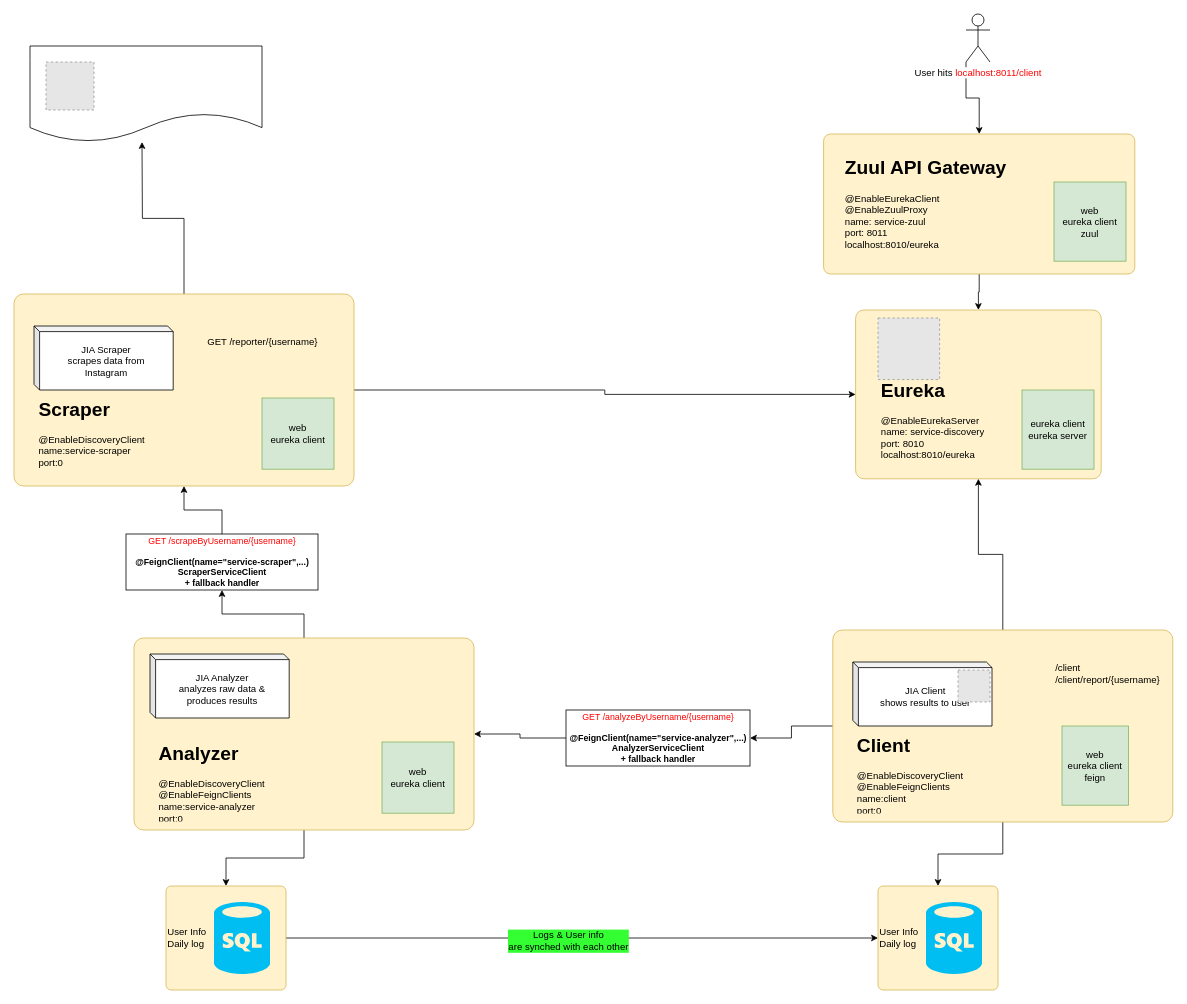
Earlier version of the draw.io diagram assets/Application Structure.drawio (jalizadeh/Instagram-Analyzer). Source tidied: cells renumbered, new cells numbered last; positions are measured from the earlier drawing's top-left corner, leaving out a move shared by most shapes. Both pictures are drawn from the tidied source at 80%, with x=0, y=0 at pixel (14, 14). Pictures stored in the file or linked from it are replaced by grey dashed boxes.
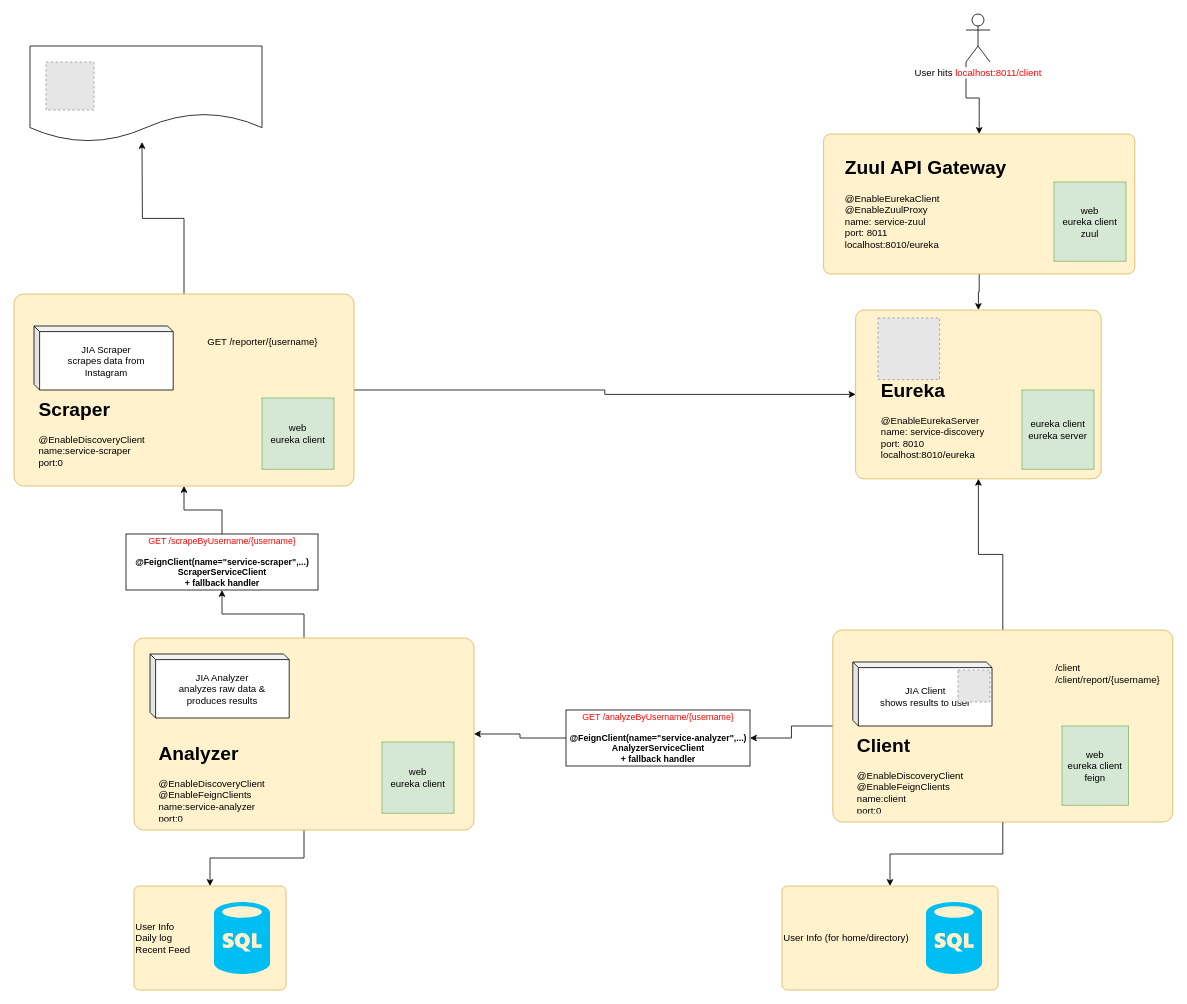
After the change.

Change to the diagram source:
```diff
@@
-    <mxCell id="2" style="edgeStyle=orthogonalEdgeStyle;rounded=0;jettySize=auto;html=1;exitX=1;exitY=0.5;exitDx=0;exitDy=0;entryX=0;entryY=0.5;entryDx=0;entryDy=0;" parent="1" edge="1" source="4" target="44">
-      <mxGeometry relative="1" as="geometry" />
-    </mxCell>
-    <mxCell id="3" value="Logs &amp;amp; User info&lt;br&gt;are synched with each other" style="text;html=1;align=center;verticalAlign=middle;labelBackgroundColor=#33FF33;" parent="2" vertex="1">
-      <mxGeometry x="-0.05" y="-3" relative="1" as="geometry" />
-    </mxCell>
-    <mxCell id="4" value="User Info&lt;br&gt;Daily log" style="rounded=1;whiteSpace=wrap;html=1;align=left;arcSize=5;fillColor=#fff2cc;strokeColor=#d6b656;" parent="1" vertex="1">
-      <mxGeometry x="190" y="1090" width="150" height="130" as="geometry" />
+    <mxCell id="4" value="User Info&lt;br&gt;Daily log&lt;br&gt;Recent Feed" style="rounded=1;whiteSpace=wrap;html=1;align=left;arcSize=5;fillColor=#fff2cc;strokeColor=#d6b656;" parent="1" vertex="1">
+      <mxGeometry x="150" y="1090" width="190" height="130" as="geometry" />
     </mxCell>
@@
-    <mxCell id="44" value="User Info&lt;br&gt;Daily log" style="rounded=1;whiteSpace=wrap;html=1;align=left;arcSize=5;fillColor=#fff2cc;strokeColor=#d6b656;" parent="1" vertex="1">
-      <mxGeometry x="1080" y="1090" width="150" height="130" as="geometry" />
+    <mxCell id="44" value="User Info (for home/directory)" style="rounded=1;whiteSpace=wrap;html=1;align=left;arcSize=5;fillColor=#fff2cc;strokeColor=#d6b656;" parent="1" vertex="1">
+      <mxGeometry x="960" y="1090" width="270" height="130" as="geometry" />
     </mxCell>
```
